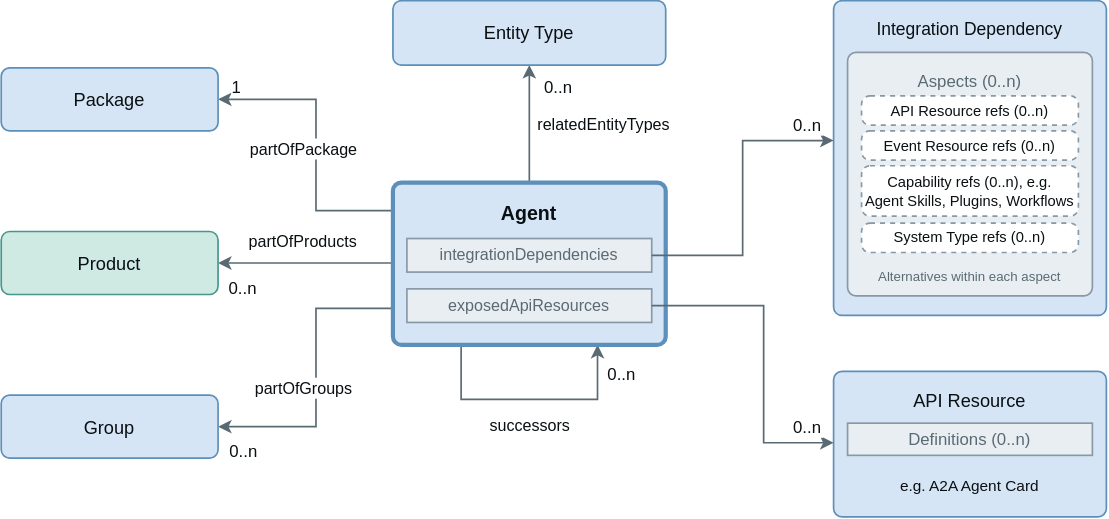
Above: static/img/ord-ai-agent.drawio.svg in open-resource-discovery/specification (draw.io), before the change. Source tidied: cells renumbered, new cells last; positions are measured from the earlier drawing's top-left corner, leaving out a move shared by most shapes.
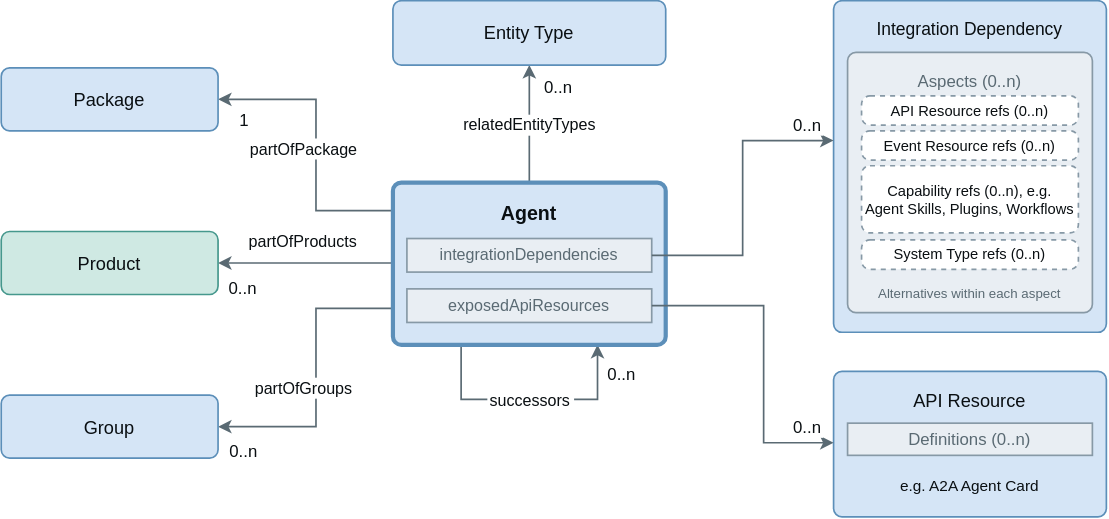
Above is the later version.

Commit message:
docs: tidy the shared Agent and overlay diagrams (#248)

Diff of the diagram source:
```diff
@@ -11,9 +11,7 @@
       </mxGeometry>
     </mxCell>
     <mxCell id="3" value="successors" style="edgeLabel;html=0;align=center;verticalAlign=middle;fontSize=11.5;fontColor=#0a0f12;fontFamily=Helvetica;labelBackgroundColor=#ffffff;" parent="2" vertex="1">
-      <mxGeometry relative="1" as="geometry">
-        <mxPoint y="18" as="offset" />
-      </mxGeometry>
+      <mxGeometry relative="1" as="geometry" />
     </mxCell>
     <mxCell id="4" value="0..n" style="edgeLabel;html=0;align=center;verticalAlign=middle;fontSize=12;fontColor=#0a0f12;fontFamily=Helvetica;labelBackgroundColor=#ffffff;" parent="2" vertex="1">
       <mxGeometry relative="1" as="geometry">
@@ -24,9 +22,7 @@
       <mxGeometry relative="1" as="geometry" />
     </mxCell>
     <mxCell id="6" value="relatedEntityTypes" style="edgeLabel;html=0;align=center;verticalAlign=middle;fontSize=11.5;fontColor=#0a0f12;fontFamily=Helvetica;labelBackgroundColor=#ffffff;" parent="5" vertex="1">
-      <mxGeometry relative="1" as="geometry">
-        <mxPoint x="53" as="offset" />
-      </mxGeometry>
+      <mxGeometry relative="1" as="geometry" />
     </mxCell>
     <mxCell id="7" value="0..n" style="edgeLabel;html=0;align=center;verticalAlign=middle;fontSize=12;fontColor=#0a0f12;fontFamily=Helvetica;labelBackgroundColor=#ffffff;" parent="5" vertex="1">
       <mxGeometry relative="1" as="geometry">
@@ -79,7 +75,7 @@
     </mxCell>
     <mxCell id="16" value="1" style="edgeLabel;html=0;align=center;verticalAlign=middle;fontSize=12;fontColor=#0a0f12;fontFamily=Helvetica;labelBackgroundColor=#ffffff;" parent="14" vertex="1">
       <mxGeometry relative="1" as="geometry">
-        <mxPoint x="-57" y="-41.8" as="offset" />
+        <mxPoint x="-52.5" y="-18.8" as="offset" />
       </mxGeometry>
     </mxCell>
     <mxCell id="17" value="Agent" style="rounded=1;absoluteArcSize=1;arcSize=12;whiteSpace=wrap;html=0;fillColor=#d5e5f6;strokeColor=#5c8fb9;strokeWidth=3;fontColor=#0a0f12;fontFamily=Helvetica;fontSize=14;fontStyle=1;verticalAlign=top;spacingTop=7;" parent="1" vertex="1">
@@ -104,10 +100,10 @@
       <mxGeometry x="280" width="195" height="46" as="geometry" />
     </mxCell>
     <mxCell id="24" value="Integration Dependency" style="rounded=1;absoluteArcSize=1;arcSize=12;whiteSpace=wrap;html=0;fillColor=#d5e5f6;strokeColor=#5c8fb9;strokeWidth=1.2;fontColor=#0a0f12;fontFamily=Helvetica;fontSize=12.5;fontStyle=0;verticalAlign=top;spacingTop=7;" parent="1" vertex="1">
-      <mxGeometry x="595" width="195" height="225" as="geometry" />
+      <mxGeometry x="595" width="195" height="237" as="geometry" />
     </mxCell>
     <mxCell id="25" value="Aspects (0..n)" style="rounded=1;absoluteArcSize=1;arcSize=12;whiteSpace=wrap;html=0;fillColor=#e9eef3;strokeColor=#8799a6;strokeWidth=1.2;fontColor=#5a6a73;fontFamily=Helvetica;fontSize=12;fontStyle=0;verticalAlign=top;spacingTop=7;" parent="24" vertex="1">
-      <mxGeometry x="10" y="37" width="175" height="174" as="geometry" />
+      <mxGeometry x="10" y="37" width="175" height="186" as="geometry" />
     </mxCell>
     <mxCell id="26" value="API Resource refs (0..n)" style="rounded=1;absoluteArcSize=1;arcSize=12;whiteSpace=wrap;html=0;fillColor=#ffffff;strokeColor=#8799a6;strokeWidth=1.2;fontColor=#0a0f12;fontFamily=Helvetica;fontSize=10.5;fontStyle=0;verticalAlign=middle;spacingTop=0;dashed=1;" parent="25" vertex="1">
       <mxGeometry x="10" y="31" width="155" height="21" as="geometry" />
@@ -116,13 +112,13 @@
       <mxGeometry x="10" y="56" width="155" height="21" as="geometry" />
     </mxCell>
     <mxCell id="28" value="Capability refs (0..n), e.g.&#10;Agent Skills, Plugins, Workflows" style="rounded=1;absoluteArcSize=1;arcSize=12;whiteSpace=wrap;html=0;fillColor=#ffffff;strokeColor=#8799a6;strokeWidth=1.2;fontColor=#0a0f12;fontFamily=Helvetica;fontSize=10.5;fontStyle=0;verticalAlign=middle;spacingTop=0;dashed=1;" parent="25" vertex="1">
-      <mxGeometry x="10" y="81" width="155" height="36" as="geometry" />
+      <mxGeometry x="10" y="81" width="155" height="48" as="geometry" />
     </mxCell>
     <mxCell id="29" value="System Type refs (0..n)" style="rounded=1;absoluteArcSize=1;arcSize=12;whiteSpace=wrap;html=0;fillColor=#ffffff;strokeColor=#8799a6;strokeWidth=1.2;fontColor=#0a0f12;fontFamily=Helvetica;fontSize=10.5;fontStyle=0;verticalAlign=middle;spacingTop=0;dashed=1;" parent="25" vertex="1">
-      <mxGeometry x="10" y="122" width="155" height="21" as="geometry" />
+      <mxGeometry x="10" y="134" width="155" height="21" as="geometry" />
     </mxCell>
     <mxCell id="30" value="Alternatives within each aspect" style="rounded=1;absoluteArcSize=1;arcSize=12;whiteSpace=wrap;html=0;fillColor=none;strokeColor=none;strokeWidth=1.2;fontColor=#5a6a73;fontFamily=Helvetica;fontSize=9.5;fontStyle=0;verticalAlign=middle;spacingTop=0;shape=label;" parent="25" vertex="1">
-      <mxGeometry x="3" y="150" width="169" height="20" as="geometry" />
+      <mxGeometry x="3" y="162" width="169" height="20" as="geometry" />
     </mxCell>
     <mxCell id="31" value="API Resource" style="rounded=1;absoluteArcSize=1;arcSize=12;whiteSpace=wrap;html=0;fillColor=#d5e5f6;strokeColor=#5c8fb9;strokeWidth=1.2;fontColor=#0a0f12;fontFamily=Helvetica;fontSize=13;fontStyle=0;verticalAlign=top;spacingTop=7;" parent="1" vertex="1">
       <mxGeometry x="595" y="265" width="195" height="104" as="geometry" />
@@ -133,7 +129,7 @@
     <mxCell id="33" value="e.g. A2A Agent Card" style="rounded=1;absoluteArcSize=1;arcSize=12;whiteSpace=wrap;html=0;fillColor=none;strokeColor=none;strokeWidth=1.2;fontColor=#0a0f12;fontFamily=Helvetica;fontSize=11;fontStyle=0;verticalAlign=middle;spacingTop=0;shape=label;" parent="31" vertex="1">
       <mxGeometry x="8" y="72" width="179" height="20" as="geometry" />
     </mxCell>
-    <mxCell id="34" style="edgeStyle=none;html=0;rounded=0;endArrow=classic;endFill=1;strokeColor=#5a6a73;strokeWidth=1.2;exitX=1;exitY=0.5;exitDx=0;exitDy=0;exitPerimeter=0;entryX=0;entryY=0.444444;entryDx=0;entryDy=0;entryPerimeter=0;" parent="1" edge="1" source="18" target="24">
+    <mxCell id="34" style="edgeStyle=none;html=0;rounded=0;endArrow=classic;endFill=1;strokeColor=#5a6a73;strokeWidth=1.2;exitX=1;exitY=0.5;exitDx=0;exitDy=0;exitPerimeter=0;entryX=0;entryY=0.421941;entryDx=0;entryDy=0;entryPerimeter=0;" parent="1" edge="1" source="18" target="24">
       <mxGeometry relative="1" as="geometry">
         <Array as="points">
           <mxPoint x="530" y="182" />
```
